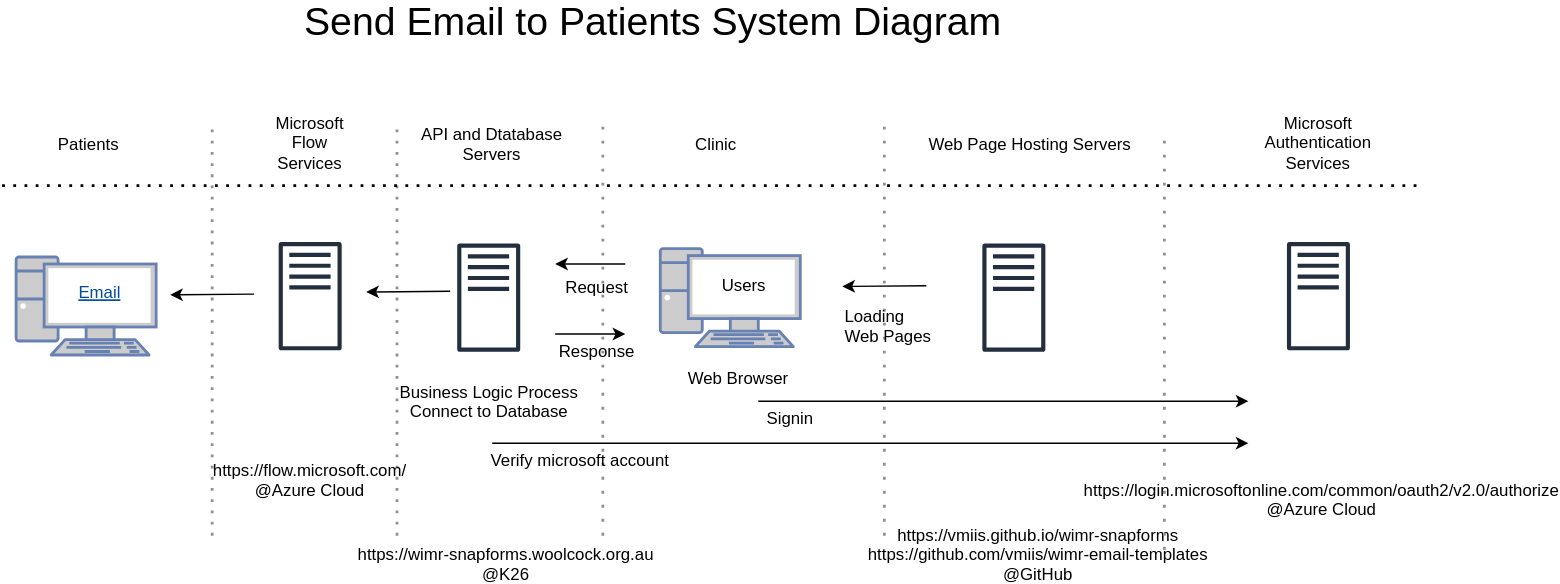
Before: modules/business/diagram/page.svg, a diagram exported from draw.io (jsparkes-wimr/wimr-snapforms). Source tidied: cells renumbered, new cells last; positions are measured from the earlier drawing's top-left corner, leaving out a move shared by most shapes.
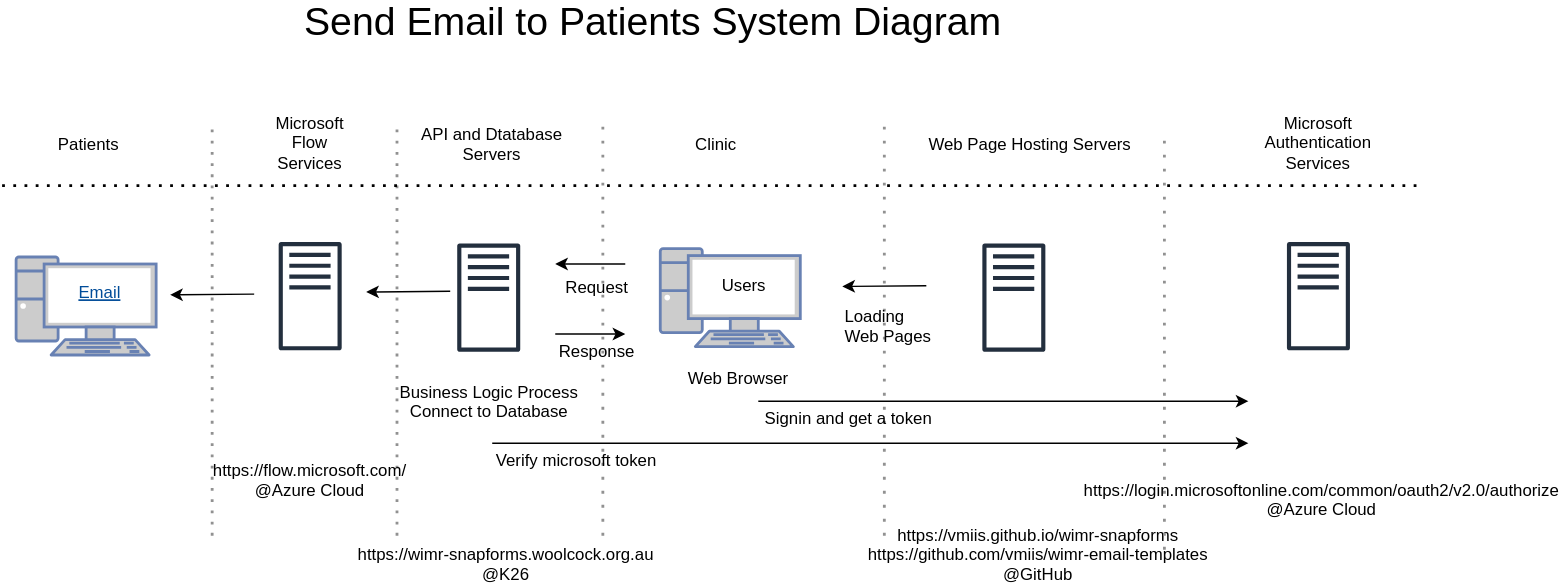
Above is the later version.

Change to the diagram source:
```diff
@@ -137,7 +137,7 @@
     <mxCell id="35" value="https://login.microsoftonline.com/common/oauth2/v2.0/authorize&#10;@Azure Cloud" style="text;strokeColor=none;fillColor=none;align=center;verticalAlign=middle;rounded=0;" parent="1" vertex="1">
       <mxGeometry x="922.5" y="344" width="40" height="20" as="geometry" />
     </mxCell>
-    <mxCell id="36" value="Signin" style="text;strokeColor=none;fillColor=none;align=center;verticalAlign=middle;rounded=0;" parent="1" vertex="1">
+    <mxCell id="36" value="Signin and get a token" style="text;strokeColor=none;fillColor=none;align=left;verticalAlign=middle;rounded=0;" parent="1" vertex="1">
       <mxGeometry x="543" y="281" width="40" height="30" as="geometry" />
     </mxCell>
     <mxCell id="37" style="endArrow=classic;html=1;" parent="1" edge="1">
@@ -149,8 +149,8 @@
     <mxCell id="38" value="Web Browser" style="text;strokeColor=none;fillColor=none;align=center;verticalAlign=middle;rounded=0;" parent="1" vertex="1">
       <mxGeometry x="506" y="252" width="40" height="30" as="geometry" />
     </mxCell>
-    <mxCell id="39" value="Verify microsoft account" style="text;strokeColor=none;fillColor=none;align=center;verticalAlign=middle;rounded=0;" parent="1" vertex="1">
-      <mxGeometry x="393" y="311" width="40" height="30" as="geometry" />
+    <mxCell id="39" value="Verify microsoft token" style="text;strokeColor=none;fillColor=none;align=left;verticalAlign=middle;rounded=0;" parent="1" vertex="1">
+      <mxGeometry x="351" y="311" width="40" height="30" as="geometry" />
     </mxCell>
     <mxCell id="40" style="endArrow=classic;html=1;" parent="1" edge="1">
       <mxGeometry relative="1" as="geometry">
```
